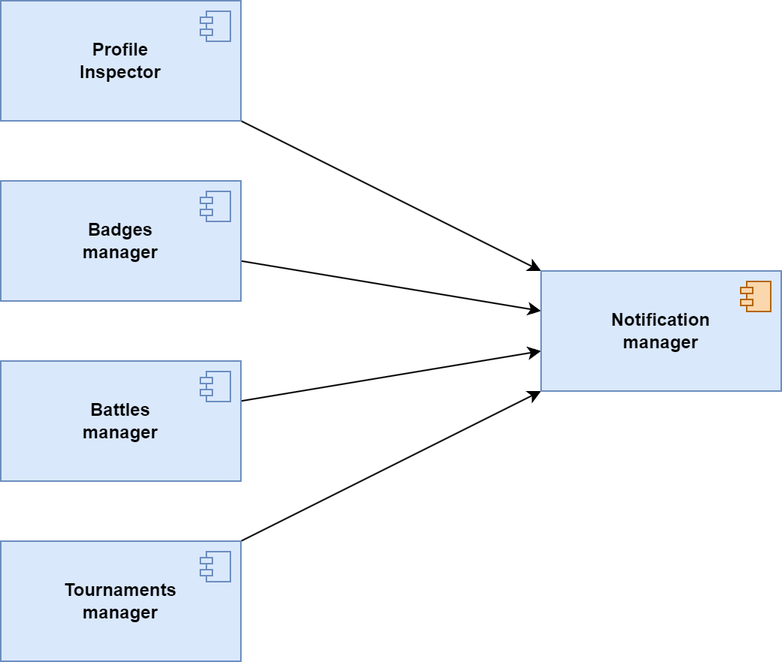
This is DD/images/test_plan/test-plan-4.png from pontig/sw-eng-2-PasiniPontiggiaStasi, a draw.io export, as it was before one commit. Source tidied: cells renumbered, new cells last; positions are measured from the earlier drawing's top-left corner, leaving out a move shared by most shapes.
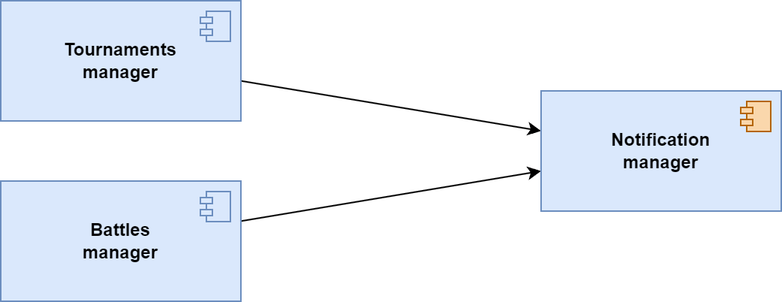
The same file after the commit.

Change to the diagram source:
```diff
@@ -7,7 +7,7 @@
         <mxPoint x="360" y="206.7" as="targetPoint" />
       </mxGeometry>
     </mxCell>
-    <mxCell id="3" value="&lt;b&gt;Badges&lt;br&gt;manager&lt;br&gt;&lt;/b&gt;" style="html=1;whiteSpace=wrap;fillColor=#dae8fc;strokeColor=#6c8ebf;" parent="1" vertex="1">
+    <mxCell id="3" value="&lt;b&gt;Tournaments&lt;br&gt;manager&lt;br&gt;&lt;/b&gt;" style="html=1;whiteSpace=wrap;fillColor=#dae8fc;strokeColor=#6c8ebf;" parent="1" vertex="1">
       <mxGeometry y="120" width="160" height="80" as="geometry" />
     </mxCell>
     <mxCell id="4" style="shape=module;jettyWidth=8;jettyHeight=4;fillColor=#dae8fc;strokeColor=#6c8ebf;" parent="3" vertex="1">
@@ -15,19 +15,6 @@
         <mxPoint x="-27" y="7" as="offset" />
       </mxGeometry>
     </mxCell>
-    <mxCell id="5" style="rounded=0;jettySize=auto;html=1;" parent="1" edge="1" source="6">
-      <mxGeometry relative="1" as="geometry">
-        <mxPoint x="360" y="260" as="targetPoint" />
-      </mxGeometry>
-    </mxCell>
-    <mxCell id="6" value="&lt;b&gt;Tournaments&lt;br&gt;manager&lt;br&gt;&lt;/b&gt;" style="html=1;whiteSpace=wrap;fillColor=#dae8fc;strokeColor=#6c8ebf;" parent="1" vertex="1">
-      <mxGeometry y="360" width="160" height="80" as="geometry" />
-    </mxCell>
-    <mxCell id="7" style="shape=module;jettyWidth=8;jettyHeight=4;fillColor=#dae8fc;strokeColor=#6c8ebf;" parent="6" vertex="1">
-      <mxGeometry x="1" width="20" height="20" relative="1" as="geometry">
-        <mxPoint x="-27" y="7" as="offset" />
-      </mxGeometry>
-    </mxCell>
     <mxCell id="8" style="rounded=0;jettySize=auto;html=1;" parent="1" edge="1" source="9">
       <mxGeometry relative="1" as="geometry">
         <mxPoint x="360" y="233.3" as="targetPoint" />
@@ -41,19 +28,6 @@
         <mxPoint x="-27" y="7" as="offset" />
       </mxGeometry>
     </mxCell>
-    <mxCell id="11" style="rounded=0;jettySize=auto;html=1;" parent="1" edge="1" source="12">
-      <mxGeometry relative="1" as="geometry">
-        <mxPoint x="360" y="180" as="targetPoint" />
-      </mxGeometry>
-    </mxCell>
-    <mxCell id="12" value="&lt;b&gt;Profile&lt;br&gt;Inspector&lt;br&gt;&lt;/b&gt;" style="html=1;whiteSpace=wrap;fillColor=#dae8fc;strokeColor=#6c8ebf;" parent="1" vertex="1">
-      <mxGeometry width="160" height="80" as="geometry" />
-    </mxCell>
-    <mxCell id="13" style="shape=module;jettyWidth=8;jettyHeight=4;fillColor=#dae8fc;strokeColor=#6c8ebf;" parent="12" vertex="1">
-      <mxGeometry x="1" width="20" height="20" relative="1" as="geometry">
-        <mxPoint x="-27" y="7" as="offset" />
-      </mxGeometry>
-    </mxCell>
     <mxCell id="14" value="&lt;b&gt;Notification&lt;br&gt;manager&lt;br&gt;&lt;/b&gt;" style="html=1;whiteSpace=wrap;fillColor=#dae8fc;strokeColor=#6c8ebf;" parent="1" vertex="1">
       <mxGeometry x="360" y="180" width="160" height="80" as="geometry" />
     </mxCell>
```
